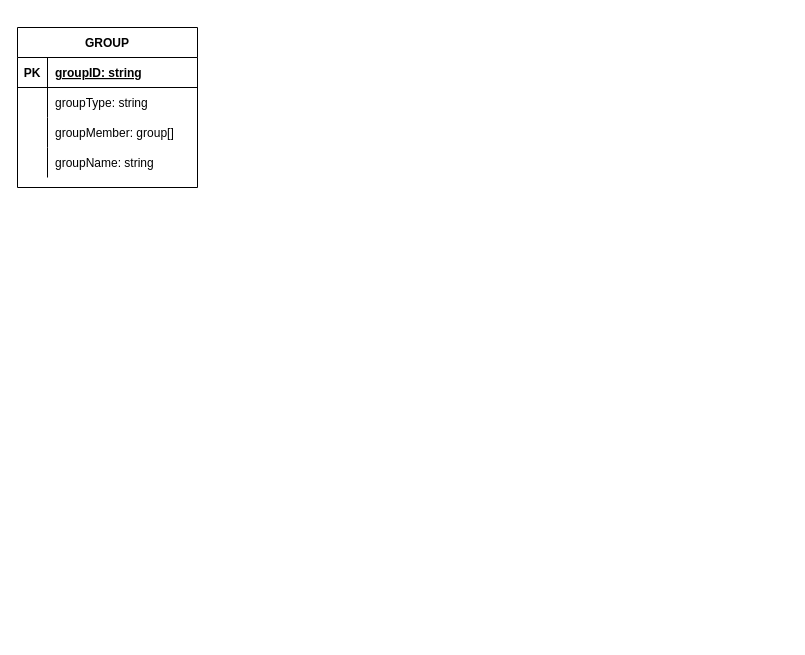
rjnogales/crm.mio keeps this draw.io diagram as page "Data" (2 of 5) of drawings/esquemasBasicos.drawio. Above is the earlier version. Source tidied: cells renumbered, new cells numbered last; positions are measured from the earlier drawing's top-left corner, leaving out a move shared by most shapes. Both pictures are drawn from the tidied source at 100%, with x=0, y=0 at pixel (17, 27).
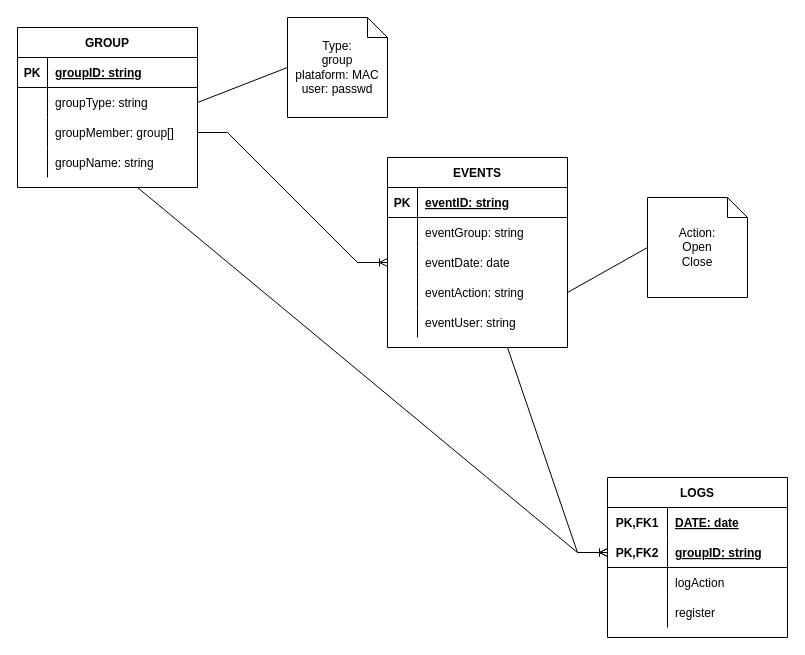
The same diagram, later.

The change refers to these unchanged cells:
```xml
<mxCell id="2" value="GROUP" style="shape=table;startSize=30;childLayout=tableLayout;rowLines=0;fontStyle=1;align=center;" parent="1" vertex="1">
  <mxGeometry width="180" height="160" as="geometry" />
</mxCell>
<mxCell id="6" style="shape=partialRectangle;fillColor=none;top=0;left=0;bottom=0;right=0;points=[[0,0.5],[1,0.5]];portConstraint=eastwest;" parent="2" vertex="1">
  <mxGeometry y="60" width="180" height="30" as="geometry" />
</mxCell>
<mxCell id="9" style="shape=partialRectangle;fillColor=none;top=0;left=0;bottom=0;right=0;points=[[0,0.5],[1,0.5]];portConstraint=eastwest;" parent="2" vertex="1">
  <mxGeometry y="90" width="180" height="30" as="geometry" />
</mxCell>
```

The edit, as a diff of the source:
```diff
@@
+    <mxCell id="15" value="Type:&lt;br&gt;group&lt;br&gt;plataform: MAC&lt;br&gt;user: passwd" style="shape=note;size=20;whiteSpace=wrap;html=1;" parent="1" vertex="1">
+      <mxGeometry x="270" y="-10" width="100" height="100" as="geometry" />
+    </mxCell>
+    <mxCell id="16" style="endArrow=none;html=1;rounded=0;exitX=1;exitY=0.5;exitDx=0;exitDy=0;entryX=0;entryY=0.5;entryDx=0;entryDy=0;entryPerimeter=0;" parent="1" edge="1" source="6" target="15">
+      <mxGeometry relative="1" as="geometry" />
+    </mxCell>
+    <mxCell id="17" value="EVENTS" style="shape=table;startSize=30;childLayout=tableLayout;rowLines=0;fontStyle=1;align=center;" parent="1" vertex="1">
+      <mxGeometry x="370" y="130" width="180" height="190" as="geometry" />
+    </mxCell>
+    <mxCell id="18" style="shape=partialRectangle;fillColor=none;top=0;left=0;bottom=1;right=0;" parent="17" vertex="1">
+      <mxGeometry y="30" width="180" height="30" as="geometry" />
+    </mxCell>
+    <mxCell id="19" value="PK" style="shape=partialRectangle;fillColor=none;top=0;left=0;bottom=0;right=0;fontStyle=1;overflow=hidden;" parent="18" vertex="1">
+      <mxGeometry width="30" height="30" as="geometry" />
+    </mxCell>
+    <mxCell id="20" value="eventID: string" style="shape=partialRectangle;fillColor=none;top=0;left=0;bottom=0;right=0;align=left;spacingLeft=6;fontStyle=5;overflow=hidden;" parent="18" vertex="1">
+      <mxGeometry x="30" width="150" height="30" as="geometry" />
+    </mxCell>
+    <mxCell id="21" style="shape=partialRectangle;fillColor=none;top=0;left=0;bottom=0;right=0;" parent="17" vertex="1">
+      <mxGeometry y="60" width="180" height="30" as="geometry" />
+    </mxCell>
+    <mxCell id="22" style="shape=partialRectangle;fillColor=none;top=0;left=0;bottom=0;right=0;overflow=hidden;" parent="21" vertex="1">
+      <mxGeometry width="30" height="30" as="geometry" />
+    </mxCell>
+    <mxCell id="23" value="eventGroup: string" style="shape=partialRectangle;fillColor=none;top=0;left=0;bottom=0;right=0;align=left;spacingLeft=6;overflow=hidden;" parent="21" vertex="1">
+      <mxGeometry x="30" width="150" height="30" as="geometry" />
+    </mxCell>
+    <mxCell id="24" style="shape=partialRectangle;fillColor=none;top=0;left=0;bottom=0;right=0;points=[[0,0.5],[1,0.5]];portConstraint=eastwest;" parent="17" vertex="1">
+      <mxGeometry y="90" width="180" height="30" as="geometry" />
+    </mxCell>
+    <mxCell id="25" style="shape=partialRectangle;fillColor=none;top=0;left=0;bottom=0;right=0;overflow=hidden;" parent="24" vertex="1">
+      <mxGeometry width="30" height="30" as="geometry" />
+    </mxCell>
+    <mxCell id="26" value="eventDate: date" style="shape=partialRectangle;fillColor=none;top=0;left=0;bottom=0;right=0;align=left;spacingLeft=6;overflow=hidden;" parent="24" vertex="1">
+      <mxGeometry x="30" width="150" height="30" as="geometry" />
+    </mxCell>
+    <mxCell id="27" style="shape=partialRectangle;fillColor=none;top=0;left=0;bottom=0;right=0;points=[[0,0.5],[1,0.5]];portConstraint=eastwest;" parent="17" vertex="1">
+      <mxGeometry y="120" width="180" height="30" as="geometry" />
+    </mxCell>
+    <mxCell id="28" style="shape=partialRectangle;fillColor=none;top=0;left=0;bottom=0;right=0;overflow=hidden;" parent="27" vertex="1">
+      <mxGeometry width="30" height="30" as="geometry" />
+    </mxCell>
+    <mxCell id="29" value="eventAction: string" style="shape=partialRectangle;fillColor=none;top=0;left=0;bottom=0;right=0;align=left;spacingLeft=6;overflow=hidden;" parent="27" vertex="1">
+      <mxGeometry x="30" width="150" height="30" as="geometry" />
+    </mxCell>
+    <mxCell id="30" style="shape=partialRectangle;fillColor=none;top=0;left=0;bottom=0;right=0;" parent="17" vertex="1">
+      <mxGeometry y="150" width="180" height="30" as="geometry" />
+    </mxCell>
+    <mxCell id="31" style="shape=partialRectangle;fillColor=none;top=0;left=0;bottom=0;right=0;overflow=hidden;" parent="30" vertex="1">
+      <mxGeometry width="30" height="30" as="geometry" />
+    </mxCell>
+    <mxCell id="32" value="eventUser: string" style="shape=partialRectangle;fillColor=none;top=0;left=0;bottom=0;right=0;align=left;spacingLeft=6;overflow=hidden;" parent="30" vertex="1">
+      <mxGeometry x="30" width="150" height="30" as="geometry" />
+    </mxCell>
+    <mxCell id="33" value="Action:&lt;br&gt;Open&lt;br&gt;Close" style="shape=note;size=20;whiteSpace=wrap;html=1;" parent="1" vertex="1">
+      <mxGeometry x="630" y="170" width="100" height="100" as="geometry" />
+    </mxCell>
+    <mxCell id="34" style="endArrow=none;html=1;rounded=0;exitX=1;exitY=0.5;exitDx=0;exitDy=0;entryX=0;entryY=0.5;entryDx=0;entryDy=0;entryPerimeter=0;" parent="1" edge="1" source="27" target="33">
+      <mxGeometry relative="1" as="geometry" />
+    </mxCell>
+    <mxCell id="35" style="edgeStyle=entityRelationEdgeStyle;fontSize=12;html=1;endArrow=ERoneToMany;rounded=0;exitX=1;exitY=0.5;exitDx=0;exitDy=0;entryX=0;entryY=0.5;entryDx=0;entryDy=0;" parent="1" edge="1" source="9" target="24">
+      <mxGeometry relative="1" as="geometry" />
+    </mxCell>
+    <mxCell id="36" value="LOGS" style="shape=table;startSize=30;childLayout=tableLayout;rowLines=0;fontStyle=1;align=center;" parent="1" vertex="1">
+      <mxGeometry x="590" y="450" width="180" height="160" as="geometry" />
+    </mxCell>
+    <mxCell id="37" style="shape=partialRectangle;fillColor=none;top=0;left=0;bottom=0;right=0;" parent="36" vertex="1">
+      <mxGeometry y="30" width="180" height="30" as="geometry" />
+    </mxCell>
+    <mxCell id="38" value="PK,FK1" style="shape=partialRectangle;fillColor=none;top=0;left=0;bottom=0;right=0;fontStyle=1;overflow=hidden;" parent="37" vertex="1">
+      <mxGeometry width="60" height="30" as="geometry" />
+    </mxCell>
+    <mxCell id="39" value="DATE: date" style="shape=partialRectangle;fillColor=none;top=0;left=0;bottom=0;right=0;align=left;spacingLeft=6;fontStyle=5;overflow=hidden;" parent="37" vertex="1">
+      <mxGeometry x="60" width="120" height="30" as="geometry" />
+    </mxCell>
+    <mxCell id="40" style="shape=partialRectangle;fillColor=none;top=0;left=0;bottom=1;right=0;points=[[0,0.5],[1,0.5]];portConstraint=eastwest;" parent="36" vertex="1">
+      <mxGeometry y="60" width="180" height="30" as="geometry" />
+    </mxCell>
+    <mxCell id="41" value="PK,FK2" style="shape=partialRectangle;fillColor=none;top=0;left=0;bottom=0;right=0;fontStyle=1;overflow=hidden;" parent="40" vertex="1">
+      <mxGeometry width="60" height="30" as="geometry" />
+    </mxCell>
+    <mxCell id="42" value="groupID: string" style="shape=partialRectangle;fillColor=none;top=0;left=0;bottom=0;right=0;align=left;spacingLeft=6;fontStyle=5;overflow=hidden;" parent="40" vertex="1">
+      <mxGeometry x="60" width="120" height="30" as="geometry" />
+    </mxCell>
+    <mxCell id="43" style="shape=partialRectangle;fillColor=none;top=0;left=0;bottom=0;right=0;" parent="36" vertex="1">
+      <mxGeometry y="90" width="180" height="30" as="geometry" />
+    </mxCell>
+    <mxCell id="44" style="shape=partialRectangle;fillColor=none;top=0;left=0;bottom=0;right=0;overflow=hidden;" parent="43" vertex="1">
+      <mxGeometry width="60" height="30" as="geometry" />
+    </mxCell>
+    <mxCell id="45" value="logAction" style="shape=partialRectangle;fillColor=none;top=0;left=0;bottom=0;right=0;align=left;spacingLeft=6;overflow=hidden;" parent="43" vertex="1">
+      <mxGeometry x="60" width="120" height="30" as="geometry" />
+    </mxCell>
+    <mxCell id="46" style="shape=partialRectangle;fillColor=none;top=0;left=0;bottom=0;right=0;" parent="36" vertex="1">
+      <mxGeometry y="120" width="180" height="30" as="geometry" />
+    </mxCell>
+    <mxCell id="47" style="shape=partialRectangle;fillColor=none;top=0;left=0;bottom=0;right=0;overflow=hidden;" parent="46" vertex="1">
+      <mxGeometry width="60" height="30" as="geometry" />
+    </mxCell>
+    <mxCell id="48" value="register" style="shape=partialRectangle;fillColor=none;top=0;left=0;bottom=0;right=0;align=left;spacingLeft=6;overflow=hidden;" parent="46" vertex="1">
+      <mxGeometry x="60" width="120" height="30" as="geometry" />
+    </mxCell>
+    <mxCell id="49" style="edgeStyle=entityRelationEdgeStyle;fontSize=12;html=1;endArrow=ERoneToMany;rounded=0;exitX=0.5;exitY=1;exitDx=0;exitDy=0;entryX=0;entryY=0.5;entryDx=0;entryDy=0;" parent="1" edge="1" source="2" target="40">
+      <mxGeometry relative="1" as="geometry" />
+    </mxCell>
+    <mxCell id="50" style="edgeStyle=entityRelationEdgeStyle;fontSize=12;html=1;endArrow=ERoneToMany;rounded=0;exitX=0.5;exitY=1;exitDx=0;exitDy=0;entryX=0;entryY=0.5;entryDx=0;entryDy=0;" parent="1" edge="1" source="17" target="40">
+      <mxGeometry relative="1" as="geometry" />
+    </mxCell>
```
